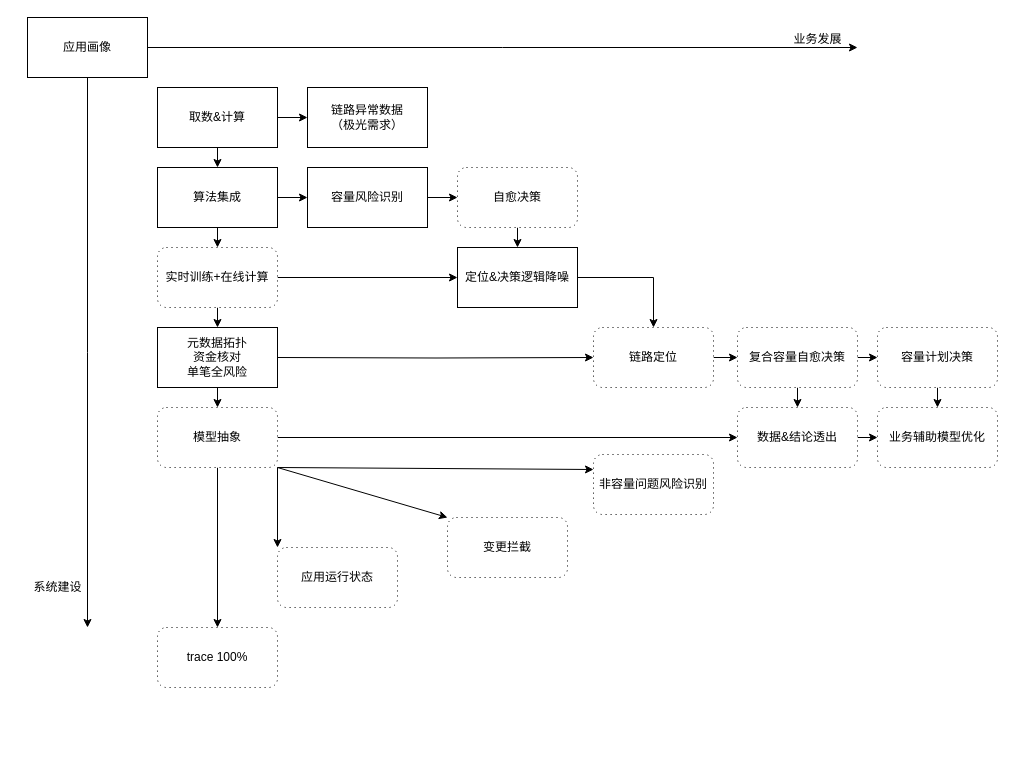
Earlier version of the draw.io diagram 容量风险识别.drawio (frankneu/draw.io). Source tidied: cells renumbered, new cells numbered last; positions are measured from the earlier drawing's top-left corner, leaving out a move shared by most shapes. Both pictures are drawn from the tidied source at 100%, with x=0, y=0 at pixel (27, 17).
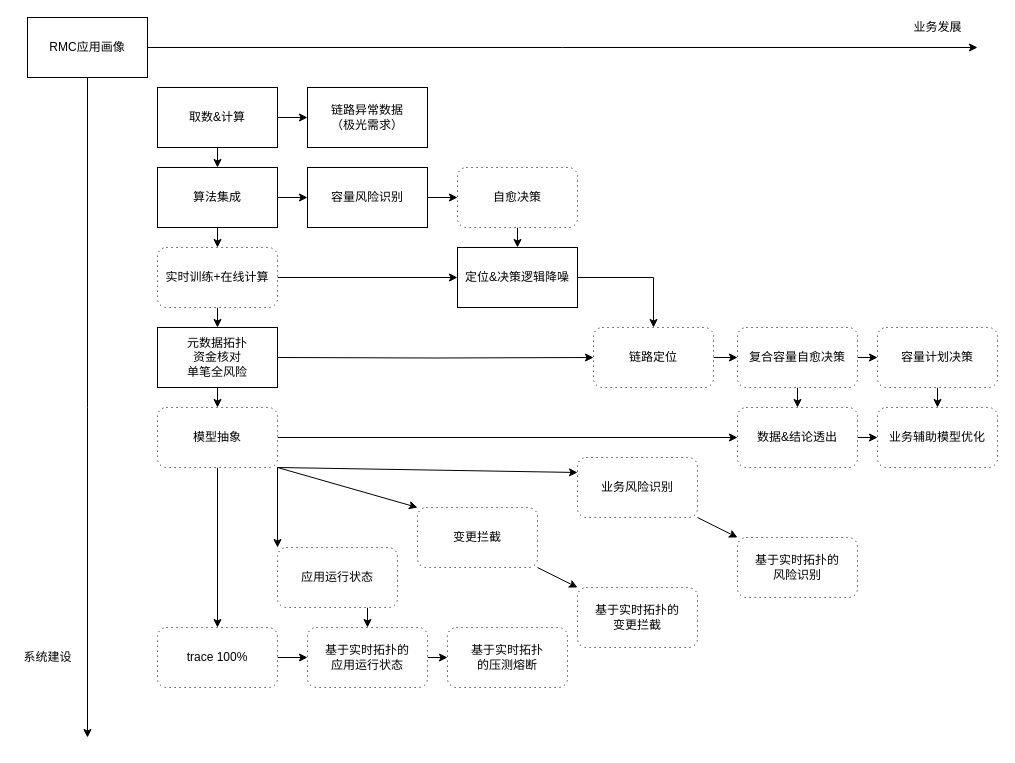
Above is the later version.

Commit message (it also covers changes not shown here):
Update 容量风险识别.drawio

The change refers to these unchanged cells:
```xml
<mxCell id="40" value="应用运行状态" style="shape=ext;rounded=1;html=1;whiteSpace=wrap;dashed=1;dashPattern=1 4;" parent="1" vertex="1">
  <mxGeometry x="250" y="530" width="120" height="60" as="geometry" />
</mxCell>
<mxCell id="41" value="trace 100%" style="shape=ext;rounded=1;html=1;whiteSpace=wrap;dashed=1;dashPattern=1 4;" parent="1" vertex="1">
  <mxGeometry x="130" y="610" width="120" height="60" as="geometry" />
</mxCell>
```

Change to the diagram source:
```diff
@@
     <mxCell id="2" style="edgeStyle=orthogonalEdgeStyle;rounded=0;jettySize=auto;html=1;exitX=1;exitY=0.5;exitDx=0;exitDy=0;" parent="1" edge="1" source="4">
       <mxGeometry relative="1" as="geometry">
-        <mxPoint x="830" y="30" as="targetPoint" />
+        <mxPoint x="950" y="30" as="targetPoint" />
       </mxGeometry>
     </mxCell>
     <mxCell id="3" style="edgeStyle=orthogonalEdgeStyle;rounded=0;jettySize=auto;html=1;exitX=0.5;exitY=1;exitDx=0;exitDy=0;" parent="1" edge="1" source="4">
       <mxGeometry relative="1" as="geometry">
-        <mxPoint x="60" y="610" as="targetPoint" />
+        <mxPoint x="60" y="720" as="targetPoint" />
       </mxGeometry>
     </mxCell>
-    <mxCell id="4" value="应用画像" style="rounded=0;whiteSpace=wrap;html=1;" parent="1" vertex="1">
+    <mxCell id="4" value="RMC应用画像" style="rounded=0;whiteSpace=wrap;html=1;" parent="1" vertex="1">
       <mxGeometry width="120" height="60" as="geometry" />
     </mxCell>
@@
     <mxCell id="29" value="业务发展" style="text;html=1;align=center;verticalAlign=middle;" parent="1" vertex="1">
-      <mxGeometry x="760" y="12" width="60" height="20" as="geometry" />
+      <mxGeometry x="880" width="60" height="20" as="geometry" />
     </mxCell>
     <mxCell id="30" value="系统建设" style="text;html=1;align=center;verticalAlign=middle;" parent="1" vertex="1">
-      <mxGeometry y="560" width="60" height="20" as="geometry" />
+      <mxGeometry x="-10" y="630" width="60" height="20" as="geometry" />
     </mxCell>
@@
+    <mxCell id="46" style="edgeStyle=none;rounded=0;jettySize=auto;html=1;exitX=1;exitY=1;exitDx=0;exitDy=0;entryX=0;entryY=0;entryDx=0;entryDy=0;" parent="1" edge="1" source="38" target="53">
+      <mxGeometry relative="1" as="geometry">
+        <Array as="points">
+          <mxPoint x="510" y="550" />
+        </Array>
+      </mxGeometry>
+    </mxCell>
     <mxCell id="38" value="&lt;span&gt;变更拦截&lt;/span&gt;" style="shape=ext;rounded=1;html=1;whiteSpace=wrap;dashed=1;dashPattern=1 4;" parent="1" vertex="1">
-      <mxGeometry x="420" y="500" width="120" height="60" as="geometry" />
+      <mxGeometry x="390" y="490" width="120" height="60" as="geometry" />
     </mxCell>
+    <mxCell id="47" style="edgeStyle=none;rounded=0;jettySize=auto;html=1;exitX=1;exitY=1;exitDx=0;exitDy=0;entryX=0;entryY=0;entryDx=0;entryDy=0;" parent="1" edge="1" source="39" target="54">
+      <mxGeometry relative="1" as="geometry" />
+    </mxCell>
-    <mxCell id="39" value="非容量问题风险识别" style="shape=ext;rounded=1;html=1;whiteSpace=wrap;dashed=1;dashPattern=1 4;" parent="1" vertex="1">
-      <mxGeometry x="566" y="437" width="120" height="60" as="geometry" />
+    <mxCell id="39" value="业务风险识别" style="shape=ext;rounded=1;html=1;whiteSpace=wrap;dashed=1;dashPattern=1 4;" parent="1" vertex="1">
+      <mxGeometry x="550" y="440" width="120" height="60" as="geometry" />
     </mxCell>
+    <mxCell id="48" style="edgeStyle=none;rounded=0;jettySize=auto;html=1;exitX=0.75;exitY=1;exitDx=0;exitDy=0;entryX=0.5;entryY=0;entryDx=0;entryDy=0;" parent="1" edge="1" source="40" target="51">
+      <mxGeometry relative="1" as="geometry" />
+    </mxCell>
@@
+    <mxCell id="49" style="edgeStyle=none;rounded=0;jettySize=auto;html=1;exitX=1;exitY=0.5;exitDx=0;exitDy=0;entryX=0;entryY=0.5;entryDx=0;entryDy=0;" parent="1" edge="1" source="41" target="51">
+      <mxGeometry relative="1" as="geometry" />
+    </mxCell>
@@
+    <mxCell id="50" style="edgeStyle=none;rounded=0;jettySize=auto;html=1;exitX=1;exitY=0.5;exitDx=0;exitDy=0;entryX=0;entryY=0.5;entryDx=0;entryDy=0;" parent="1" edge="1" source="51" target="52">
+      <mxGeometry relative="1" as="geometry" />
+    </mxCell>
+    <mxCell id="51" value="基于实时拓扑的&lt;br&gt;应用运行状态" style="shape=ext;rounded=1;html=1;whiteSpace=wrap;dashed=1;dashPattern=1 4;" parent="1" vertex="1">
+      <mxGeometry x="280" y="610" width="120" height="60" as="geometry" />
+    </mxCell>
+    <mxCell id="52" value="基于实时拓扑&lt;br&gt;的压测熔断" style="shape=ext;rounded=1;html=1;whiteSpace=wrap;dashed=1;dashPattern=1 4;" parent="1" vertex="1">
+      <mxGeometry x="420" y="610" width="120" height="60" as="geometry" />
+    </mxCell>
+    <mxCell id="53" value="基于实时拓扑的&lt;br&gt;变更拦截" style="shape=ext;rounded=1;html=1;whiteSpace=wrap;dashed=1;dashPattern=1 4;" parent="1" vertex="1">
+      <mxGeometry x="550" y="570" width="120" height="60" as="geometry" />
+    </mxCell>
+    <mxCell id="54" value="基于实时拓扑的&lt;br&gt;风险识别" style="shape=ext;rounded=1;html=1;whiteSpace=wrap;dashed=1;dashPattern=1 4;" parent="1" vertex="1">
+      <mxGeometry x="710" y="520" width="120" height="60" as="geometry" />
+    </mxCell>
```
